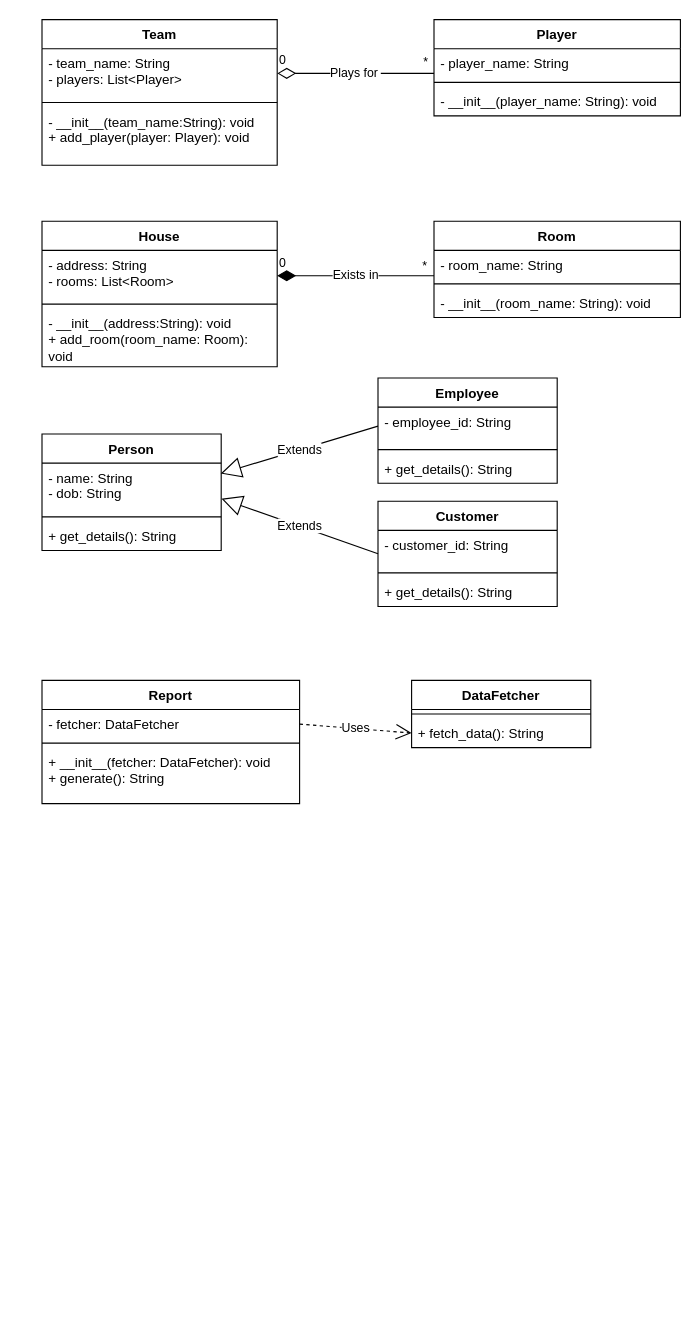
Above: Relationships.drawio in jamesking020773/jamesking020773.github.io (draw.io), before the change. Source tidied: cells renumbered, new cells numbered last; positions are measured from the earlier drawing's top-left corner, leaving out a move shared by most shapes. Both pictures are drawn from the tidied source at 112%, with x=0, y=0 at pixel (41, 19).
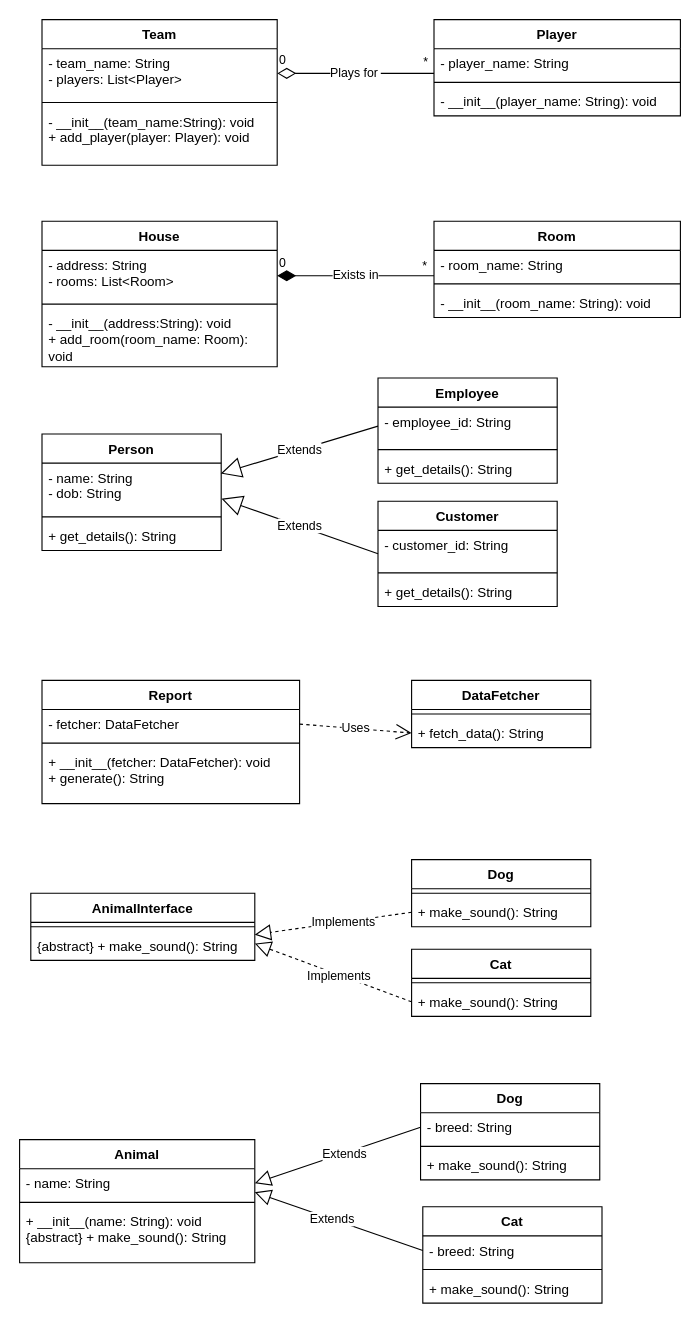
After the change.

What changed in the source:
```diff
@@
+    <mxCell id="46" value="AnimalInterface" style="swimlane;fontStyle=1;align=center;verticalAlign=top;horizontal=1;startSize=26;whiteSpace=wrap;html=1;" parent="1" vertex="1">
+      <mxGeometry x="-10" y="780" width="200" height="60" as="geometry" />
+    </mxCell>
+    <mxCell id="47" style="line;strokeWidth=1;fillColor=none;align=left;verticalAlign=middle;spacingTop=-1;spacingLeft=3;spacingRight=3;labelPosition=right;strokeColor=inherit;" parent="46" vertex="1">
+      <mxGeometry y="26" width="200" height="8" as="geometry" />
+    </mxCell>
+    <mxCell id="48" value="{abstract} + make_sound(): String" style="text;strokeColor=none;fillColor=none;align=left;verticalAlign=top;spacingLeft=4;spacingRight=4;overflow=hidden;whiteSpace=wrap;html=1;" parent="46" vertex="1">
+      <mxGeometry y="34" width="200" height="26" as="geometry" />
+    </mxCell>
+    <mxCell id="49" value="Dog" style="swimlane;fontStyle=1;align=center;verticalAlign=top;horizontal=1;startSize=26;whiteSpace=wrap;html=1;" parent="1" vertex="1">
+      <mxGeometry x="330" y="750" width="160" height="60" as="geometry" />
+    </mxCell>
+    <mxCell id="50" style="line;strokeWidth=1;fillColor=none;align=left;verticalAlign=middle;spacingTop=-1;spacingLeft=3;spacingRight=3;labelPosition=right;strokeColor=inherit;" parent="49" vertex="1">
+      <mxGeometry y="26" width="160" height="8" as="geometry" />
+    </mxCell>
+    <mxCell id="51" value="+ make_sound(): String" style="text;strokeColor=none;fillColor=none;align=left;verticalAlign=top;spacingLeft=4;spacingRight=4;overflow=hidden;points=[[0,0.5],[1,0.5]];portConstraint=eastwest;whiteSpace=wrap;html=1;" parent="49" vertex="1">
+      <mxGeometry y="34" width="160" height="26" as="geometry" />
+    </mxCell>
+    <mxCell id="52" value="Cat" style="swimlane;fontStyle=1;align=center;verticalAlign=top;horizontal=1;startSize=26;whiteSpace=wrap;html=1;" parent="1" vertex="1">
+      <mxGeometry x="330" y="830" width="160" height="60" as="geometry" />
+    </mxCell>
+    <mxCell id="53" style="line;strokeWidth=1;fillColor=none;align=left;verticalAlign=middle;spacingTop=-1;spacingLeft=3;spacingRight=3;labelPosition=right;strokeColor=inherit;" parent="52" vertex="1">
+      <mxGeometry y="26" width="160" height="8" as="geometry" />
+    </mxCell>
+    <mxCell id="54" value="+ make_sound(): String" style="text;strokeColor=none;fillColor=none;align=left;verticalAlign=top;spacingLeft=4;spacingRight=4;overflow=hidden;points=[[0,0.5],[1,0.5]];portConstraint=eastwest;whiteSpace=wrap;html=1;" parent="52" vertex="1">
+      <mxGeometry y="34" width="160" height="26" as="geometry" />
+    </mxCell>
+    <mxCell id="55" style="endArrow=block;dashed=1;endFill=0;endSize=12;html=1;rounded=0;exitX=0;exitY=0.5;exitDx=0;exitDy=0;" parent="1" edge="1" source="51">
+      <mxGeometry relative="1" as="geometry">
+        <mxPoint x="190" y="817" as="targetPoint" />
+      </mxGeometry>
+    </mxCell>
+    <mxCell id="56" value="Implements" style="edgeLabel;html=1;align=center;verticalAlign=middle;" parent="55" vertex="1">
+      <mxGeometry x="-0.13" relative="1" as="geometry" />
+    </mxCell>
+    <mxCell id="57" style="endArrow=block;dashed=1;endFill=0;endSize=12;html=1;rounded=0;exitX=0;exitY=0.5;exitDx=0;exitDy=0;entryX=1;entryY=0.75;entryDx=0;entryDy=0;" parent="1" edge="1" source="54" target="46">
+      <mxGeometry relative="1" as="geometry" />
+    </mxCell>
+    <mxCell id="58" value="Implements" style="edgeLabel;html=1;align=center;verticalAlign=middle;" parent="57" vertex="1">
+      <mxGeometry x="-0.06" y="1" relative="1" as="geometry" />
+    </mxCell>
+    <mxCell id="59" value="Animal" style="swimlane;fontStyle=1;align=center;verticalAlign=top;horizontal=1;startSize=26;whiteSpace=wrap;html=1;" parent="1" vertex="1">
+      <mxGeometry x="-20" y="1000" width="210" height="110" as="geometry" />
+    </mxCell>
+    <mxCell id="60" value="- name: String" style="text;strokeColor=none;fillColor=none;align=left;verticalAlign=top;spacingLeft=4;spacingRight=4;overflow=hidden;points=[[0,0.5],[1,0.5]];portConstraint=eastwest;whiteSpace=wrap;html=1;" parent="59" vertex="1">
+      <mxGeometry y="26" width="210" height="26" as="geometry" />
+    </mxCell>
+    <mxCell id="61" style="line;strokeWidth=1;fillColor=none;align=left;verticalAlign=middle;spacingTop=-1;spacingLeft=3;spacingRight=3;labelPosition=right;strokeColor=inherit;" parent="59" vertex="1">
+      <mxGeometry y="52" width="210" height="8" as="geometry" />
+    </mxCell>
+    <mxCell id="62" value="+ __init__(name: String): void&lt;div&gt;{abstract} + make_sound(): String&lt;/div&gt;" style="text;strokeColor=none;fillColor=none;align=left;verticalAlign=top;spacingLeft=4;spacingRight=4;overflow=hidden;whiteSpace=wrap;html=1;" parent="59" vertex="1">
+      <mxGeometry y="60" width="210" height="50" as="geometry" />
+    </mxCell>
+    <mxCell id="63" value="Cat" style="swimlane;fontStyle=1;align=center;verticalAlign=top;horizontal=1;startSize=26;whiteSpace=wrap;html=1;" parent="1" vertex="1">
+      <mxGeometry x="340" y="1060" width="160" height="86" as="geometry" />
+    </mxCell>
+    <mxCell id="64" value="- breed: String" style="text;strokeColor=none;fillColor=none;align=left;verticalAlign=top;spacingLeft=4;spacingRight=4;overflow=hidden;points=[[0,0.5],[1,0.5]];portConstraint=eastwest;whiteSpace=wrap;html=1;" parent="63" vertex="1">
+      <mxGeometry y="26" width="160" height="26" as="geometry" />
+    </mxCell>
+    <mxCell id="65" style="line;strokeWidth=1;fillColor=none;align=left;verticalAlign=middle;spacingTop=-1;spacingLeft=3;spacingRight=3;labelPosition=right;strokeColor=inherit;" parent="63" vertex="1">
+      <mxGeometry y="52" width="160" height="8" as="geometry" />
+    </mxCell>
+    <mxCell id="66" value="+ make_sound(): String" style="text;strokeColor=none;fillColor=none;align=left;verticalAlign=top;spacingLeft=4;spacingRight=4;overflow=hidden;whiteSpace=wrap;html=1;" parent="63" vertex="1">
+      <mxGeometry y="60" width="160" height="26" as="geometry" />
+    </mxCell>
+    <mxCell id="67" value="Dog" style="swimlane;fontStyle=1;align=center;verticalAlign=top;horizontal=1;startSize=26;whiteSpace=wrap;html=1;" parent="1" vertex="1">
+      <mxGeometry x="338" y="950" width="160" height="86" as="geometry" />
+    </mxCell>
+    <mxCell id="68" value="- breed: String" style="text;strokeColor=none;fillColor=none;align=left;verticalAlign=top;spacingLeft=4;spacingRight=4;overflow=hidden;points=[[0,0.5],[1,0.5]];portConstraint=eastwest;whiteSpace=wrap;html=1;" parent="67" vertex="1">
+      <mxGeometry y="26" width="160" height="26" as="geometry" />
+    </mxCell>
+    <mxCell id="69" style="line;strokeWidth=1;fillColor=none;align=left;verticalAlign=middle;spacingTop=-1;spacingLeft=3;spacingRight=3;labelPosition=right;strokeColor=inherit;" parent="67" vertex="1">
+      <mxGeometry y="52" width="160" height="8" as="geometry" />
+    </mxCell>
+    <mxCell id="70" value="+ make_sound(): String" style="text;strokeColor=none;fillColor=none;align=left;verticalAlign=top;spacingLeft=4;spacingRight=4;overflow=hidden;whiteSpace=wrap;html=1;" parent="67" vertex="1">
+      <mxGeometry y="60" width="160" height="26" as="geometry" />
+    </mxCell>
+    <mxCell id="71" style="endArrow=block;endFill=0;endSize=12;html=1;rounded=0;entryX=1;entryY=0.5;entryDx=0;entryDy=0;exitX=0;exitY=0.5;exitDx=0;exitDy=0;" parent="1" edge="1" source="68" target="60">
+      <mxGeometry relative="1" as="geometry" />
+    </mxCell>
+    <mxCell id="72" value="Extends" style="edgeLabel;html=1;align=center;verticalAlign=middle;" parent="71" vertex="1">
+      <mxGeometry x="-0.08" relative="1" as="geometry" />
+    </mxCell>
+    <mxCell id="73" style="endArrow=block;endFill=0;endSize=12;html=1;rounded=0;exitX=0;exitY=0.5;exitDx=0;exitDy=0;" parent="1" edge="1" source="64">
+      <mxGeometry relative="1" as="geometry">
+        <mxPoint x="190" y="1047" as="targetPoint" />
+      </mxGeometry>
+    </mxCell>
+    <mxCell id="74" value="Extends" style="edgeLabel;html=1;align=center;verticalAlign=middle;" parent="73" vertex="1">
+      <mxGeometry x="0.08" relative="1" as="geometry" />
+    </mxCell>
```
